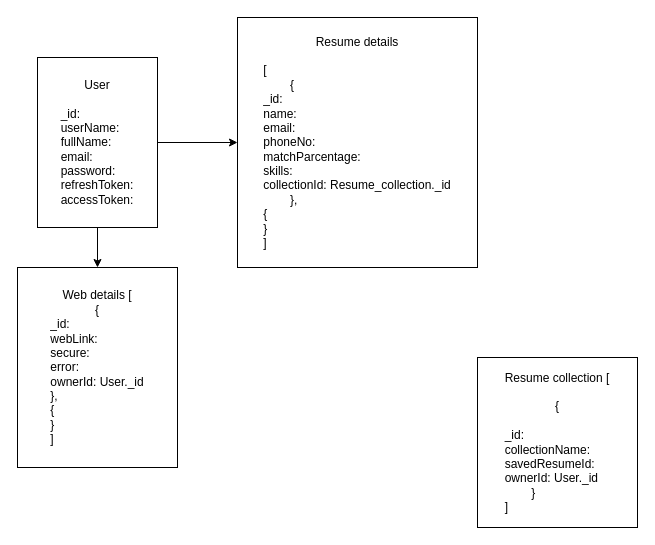
Before: er_digram.drawio in mukeshkumhar/DocVerifyPro-Backend, a draw.io diagram. Source tidied: cells renumbered, new cells numbered last; positions are measured from the earlier drawing's top-left corner, leaving out a move shared by most shapes. Both pictures are drawn from the tidied source at 100%, with x=0, y=0 at pixel (17, 17).
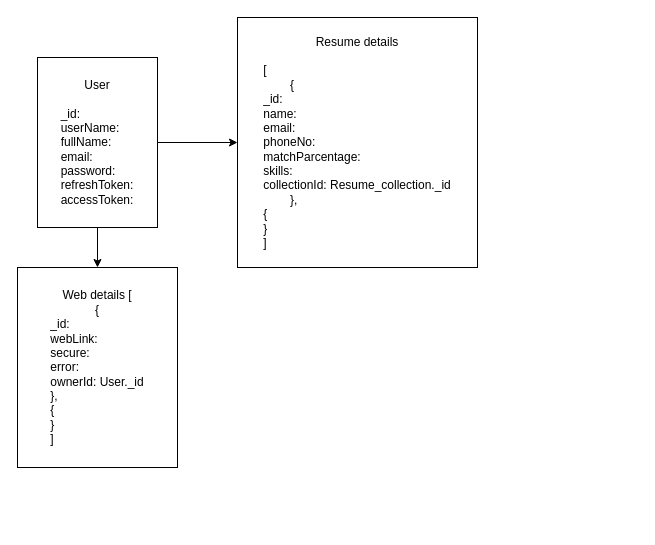
The same diagram, later.

Commit message (it also covers changes not shown here):
Resume upload on mongodb resume.controller and routes and data model

What changed in the source:
```diff
@@
 <mxGraphModel>
   <root>
     <mxCell id="0" />
     <mxCell id="1" parent="0" />
     <mxCell id="2" style="edgeStyle=none;html=1;entryX=0;entryY=0.5;entryDx=0;entryDy=0;" parent="1" edge="1" source="4" target="7">
       <mxGeometry relative="1" as="geometry" />
     </mxCell>
     <mxCell id="3" style="edgeStyle=none;html=1;entryX=0.5;entryY=0;entryDx=0;entryDy=0;" parent="1" edge="1" source="4" target="6">
       <mxGeometry relative="1" as="geometry" />
     </mxCell>
     <mxCell id="4" value="&lt;div style=&quot;&quot;&gt;&lt;span style=&quot;background-color: initial;&quot;&gt;User&lt;/span&gt;&lt;/div&gt;&lt;div style=&quot;&quot;&gt;&lt;br&gt;&lt;/div&gt;&lt;div style=&quot;text-align: justify;&quot;&gt;&lt;span style=&quot;background-color: initial;&quot;&gt;_id:&lt;/span&gt;&lt;/div&gt;&lt;div style=&quot;text-align: justify;&quot;&gt;&lt;span style=&quot;background-color: initial;&quot;&gt;userName:&lt;/span&gt;&lt;/div&gt;&lt;div style=&quot;text-align: justify;&quot;&gt;&lt;span style=&quot;background-color: initial;&quot;&gt;fullName:&lt;/span&gt;&lt;/div&gt;&lt;div style=&quot;text-align: justify;&quot;&gt;&lt;span style=&quot;background-color: initial;&quot;&gt;email:&lt;/span&gt;&lt;/div&gt;&lt;div style=&quot;text-align: left;&quot;&gt;password:&lt;/div&gt;&lt;div style=&quot;text-align: left;&quot;&gt;refreshToken:&lt;/div&gt;&lt;div style=&quot;text-align: left;&quot;&gt;accessToken:&lt;/div&gt;" style="whiteSpace=wrap;html=1;" parent="1" vertex="1">
       <mxGeometry x="20" y="40" width="120" height="170" as="geometry" />
     </mxCell>
-    <mxCell id="5" value="Resume collection [&lt;br&gt;&lt;br&gt;{&lt;br&gt;&lt;br&gt;&lt;div style=&quot;text-align: left;&quot;&gt;&lt;span style=&quot;background-color: initial;&quot;&gt;_id:&lt;/span&gt;&lt;/div&gt;&lt;div style=&quot;text-align: left;&quot;&gt;&lt;span style=&quot;background-color: initial;&quot;&gt;collectionName:&lt;/span&gt;&lt;/div&gt;&lt;div style=&quot;text-align: left;&quot;&gt;&lt;span style=&quot;background-color: initial;&quot;&gt;savedResumeId:&lt;/span&gt;&lt;/div&gt;&lt;div style=&quot;text-align: left;&quot;&gt;&lt;span style=&quot;background-color: initial;&quot;&gt;ownerId: User._id&lt;/span&gt;&lt;/div&gt;&lt;div style=&quot;text-align: left;&quot;&gt;&lt;span style=&quot;background-color: initial;&quot;&gt;&lt;span style=&quot;white-space: pre;&quot;&gt;&#9;&lt;/span&gt;}&lt;br&gt;&lt;/span&gt;&lt;/div&gt;&lt;div style=&quot;text-align: left;&quot;&gt;&lt;span style=&quot;background-color: initial;&quot;&gt;]&lt;/span&gt;&lt;/div&gt;" style="whiteSpace=wrap;html=1;align=center;" parent="1" vertex="1">
-      <mxGeometry x="460" y="340" width="160" height="170" as="geometry" />
-    </mxCell>
     <mxCell id="6" value="Web details [&lt;br&gt;{&lt;br&gt;&lt;div style=&quot;text-align: left;&quot;&gt;&lt;span style=&quot;background-color: initial;&quot;&gt;_id:&lt;/span&gt;&lt;/div&gt;&lt;div style=&quot;text-align: left;&quot;&gt;&lt;span style=&quot;background-color: initial;&quot;&gt;webLink:&lt;/span&gt;&lt;/div&gt;&lt;div style=&quot;text-align: left;&quot;&gt;&lt;span style=&quot;background-color: initial;&quot;&gt;secure:&lt;/span&gt;&lt;/div&gt;&lt;div style=&quot;text-align: left;&quot;&gt;&lt;span style=&quot;background-color: initial;&quot;&gt;error:&lt;/span&gt;&lt;/div&gt;&lt;div style=&quot;text-align: left;&quot;&gt;&lt;span style=&quot;background-color: initial;&quot;&gt;ownerId: User._id&lt;/span&gt;&lt;/div&gt;&lt;div style=&quot;text-align: left;&quot;&gt;&lt;span style=&quot;background-color: initial;&quot;&gt;},&lt;/span&gt;&lt;/div&gt;&lt;div style=&quot;text-align: left;&quot;&gt;&lt;span style=&quot;background-color: initial;&quot;&gt;{&lt;/span&gt;&lt;/div&gt;&lt;div style=&quot;text-align: left;&quot;&gt;&lt;span style=&quot;background-color: initial;&quot;&gt;}&lt;/span&gt;&lt;/div&gt;&lt;div style=&quot;text-align: left;&quot;&gt;&lt;span style=&quot;background-color: initial;&quot;&gt;]&lt;/span&gt;&lt;/div&gt;" style="whiteSpace=wrap;html=1;align=center;" parent="1" vertex="1">
       <mxGeometry y="250" width="160" height="200" as="geometry" />
     </mxCell>
     <mxCell id="7" value="Resume details&lt;br&gt;&lt;br&gt;&lt;div style=&quot;text-align: left;&quot;&gt;&lt;span style=&quot;background-color: initial;&quot;&gt;[&lt;/span&gt;&lt;/div&gt;&lt;div style=&quot;text-align: left;&quot;&gt;&lt;span style=&quot;background-color: initial;&quot;&gt;&lt;span style=&quot;white-space: pre;&quot;&gt;&#9;&lt;/span&gt;{&lt;br&gt;&lt;/span&gt;&lt;/div&gt;&lt;div style=&quot;text-align: left;&quot;&gt;&lt;span style=&quot;background-color: initial;&quot;&gt;_id:&lt;/span&gt;&lt;/div&gt;&lt;div style=&quot;text-align: left;&quot;&gt;&lt;span style=&quot;background-color: initial;&quot;&gt;name:&lt;/span&gt;&lt;/div&gt;&lt;div style=&quot;text-align: left;&quot;&gt;&lt;span style=&quot;background-color: initial;&quot;&gt;email:&lt;/span&gt;&lt;/div&gt;&lt;div style=&quot;text-align: left;&quot;&gt;&lt;span style=&quot;background-color: initial;&quot;&gt;phoneNo:&lt;/span&gt;&lt;/div&gt;&lt;div style=&quot;text-align: left;&quot;&gt;&lt;span style=&quot;background-color: initial;&quot;&gt;matchParcentage:&lt;/span&gt;&lt;/div&gt;&lt;div style=&quot;text-align: left;&quot;&gt;&lt;span style=&quot;background-color: initial;&quot;&gt;skills:&lt;/span&gt;&lt;/div&gt;&lt;div style=&quot;text-align: left;&quot;&gt;&lt;span style=&quot;background-color: initial;&quot;&gt;collectionId: Resume_collection._id&lt;/span&gt;&lt;/div&gt;&lt;div style=&quot;text-align: left;&quot;&gt;&lt;span style=&quot;background-color: initial;&quot;&gt;&lt;span style=&quot;white-space: pre;&quot;&gt;&#9;&lt;/span&gt;},&lt;br&gt;&lt;/span&gt;&lt;/div&gt;&lt;div style=&quot;text-align: left;&quot;&gt;&lt;span style=&quot;background-color: initial;&quot;&gt;{&lt;/span&gt;&lt;/div&gt;&lt;div style=&quot;text-align: left;&quot;&gt;&lt;span style=&quot;background-color: initial;&quot;&gt;}&lt;/span&gt;&lt;/div&gt;&lt;div style=&quot;text-align: left;&quot;&gt;&lt;span style=&quot;background-color: initial;&quot;&gt;]&lt;/span&gt;&lt;/div&gt;" style="whiteSpace=wrap;html=1;" parent="1" vertex="1">
       <mxGeometry x="220" width="240" height="250" as="geometry" />
     </mxCell>
   </root>
 </mxGraphModel>
```
